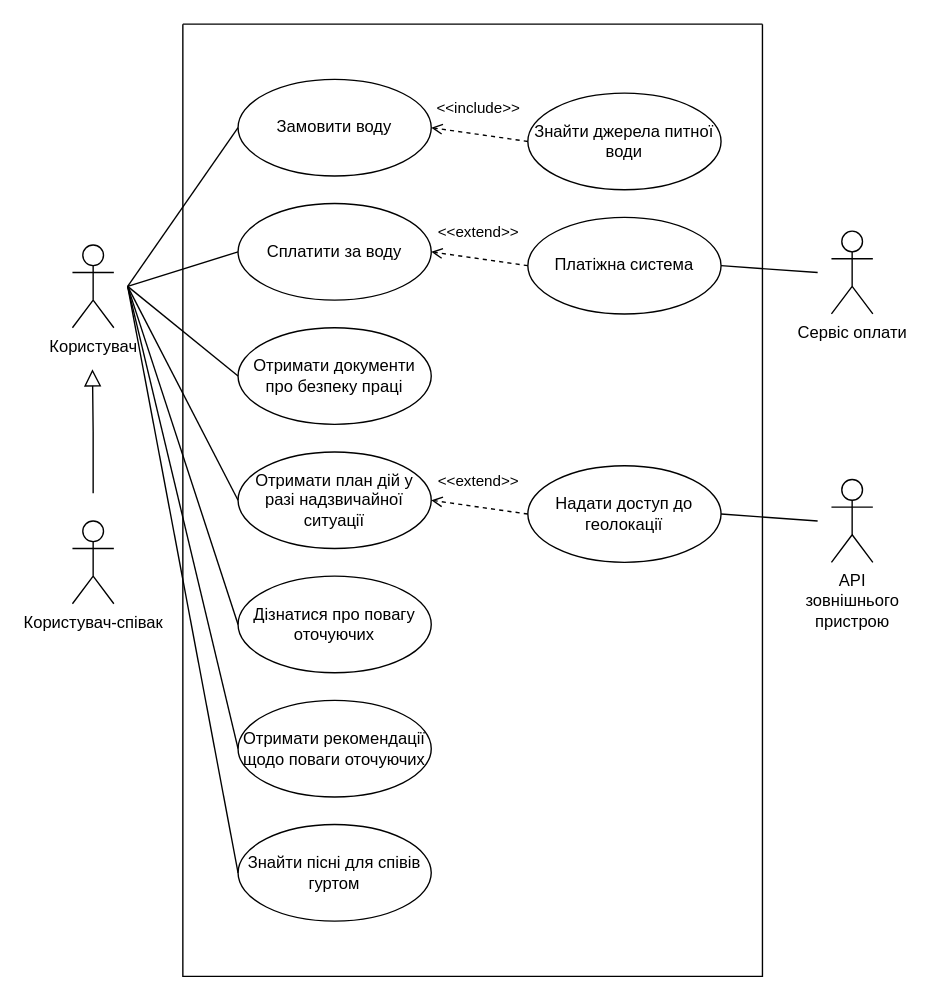
oleksandrblazhko/ai203-voyakovskij keeps this draw.io diagram as 1-SoftwareRequirements/1.3-SoftwareUserRequirements/1.3.3-UseCaseDiagram/UseCase.drawio. Above is the earlier version. Source tidied: cells renumbered, new cells numbered last; positions are measured from the earlier drawing's top-left corner, leaving out a move shared by most shapes. Both pictures are drawn from the tidied source at 138%, with x=0, y=0 at pixel (72, 23).
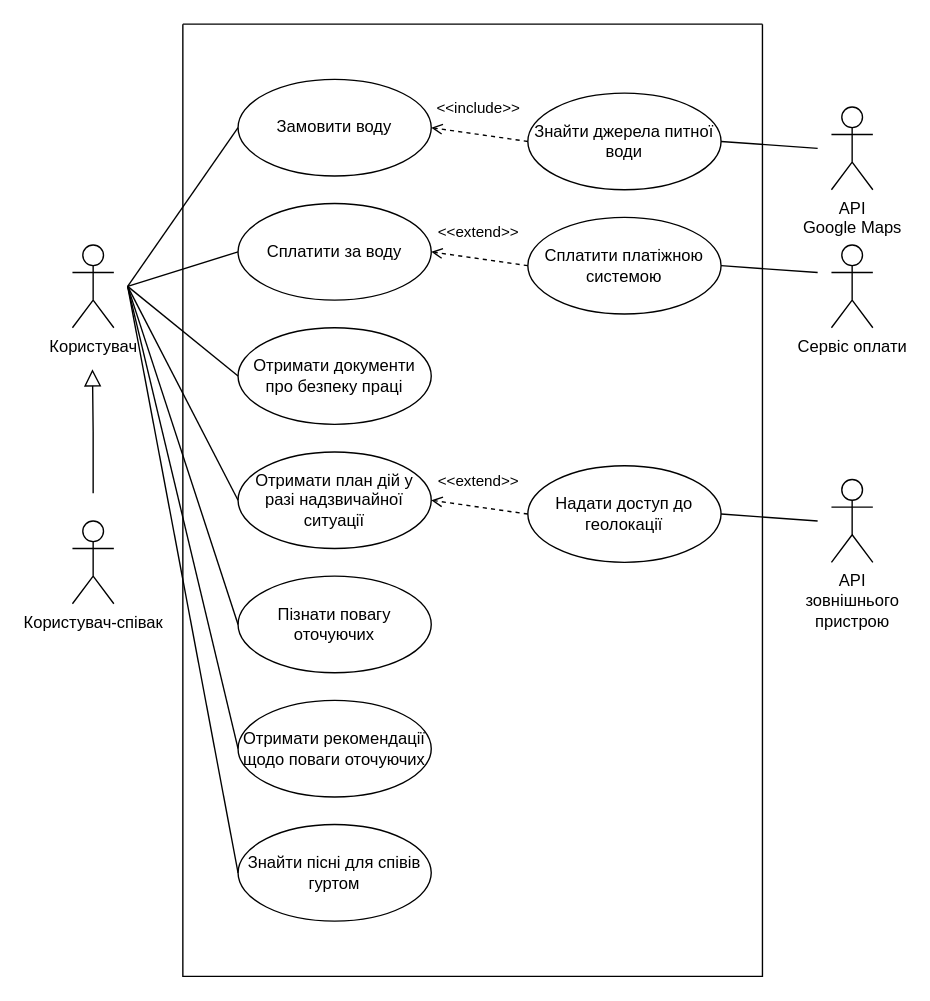
Above is the later version.

Unchanged cells that the change refers to:
```xml
<mxCell id="6" style="swimlane;startSize=0;" parent="1" vertex="1">
  <mxGeometry x="80" width="420" height="690" as="geometry" />
</mxCell>
<mxCell id="8" value="Знайти джерела питної води" style="ellipse;whiteSpace=wrap;html=1;" parent="6" vertex="1">
  <mxGeometry x="250" y="50" width="140" height="70" as="geometry" />
</mxCell>
```

What changed in the source:
```diff
@@
-    <mxCell id="11" value="Платіжна система" style="ellipse;whiteSpace=wrap;html=1;" parent="6" vertex="1">
+    <mxCell id="11" value="Сплатити платіжною системою" style="ellipse;whiteSpace=wrap;html=1;" parent="6" vertex="1">
       <mxGeometry x="250" y="140" width="140" height="70" as="geometry" />
     </mxCell>
@@
-    <mxCell id="18" value="Дізнатися про повагу оточуючих" style="ellipse;whiteSpace=wrap;html=1;" parent="6" vertex="1">
+    <mxCell id="18" value="Пізнати повагу оточуючих" style="ellipse;whiteSpace=wrap;html=1;" parent="6" vertex="1">
       <mxGeometry x="40" y="400" width="140" height="70" as="geometry" />
     </mxCell>
@@
+    <mxCell id="33" style="rounded=0;jettySize=auto;html=1;endArrow=none;endFill=0;entryX=1;entryY=0.5;entryDx=0;entryDy=0;" parent="6" edge="1" target="8">
+      <mxGeometry relative="1" as="geometry">
+        <mxPoint x="460" y="90" as="sourcePoint" />
+      </mxGeometry>
+    </mxCell>
     <mxCell id="25" value="Сервіс оплати" style="shape=umlActor;verticalLabelPosition=bottom;verticalAlign=top;html=1;" parent="1" vertex="1">
-      <mxGeometry x="550" y="150" width="30" height="60" as="geometry" />
+      <mxGeometry x="550" y="160" width="30" height="60" as="geometry" />
     </mxCell>
@@
+    <mxCell id="34" value="API&lt;br&gt;Google Maps" style="shape=umlActor;verticalLabelPosition=bottom;verticalAlign=top;html=1;" parent="1" vertex="1">
+      <mxGeometry x="550" y="60" width="30" height="60" as="geometry" />
+    </mxCell>
```
